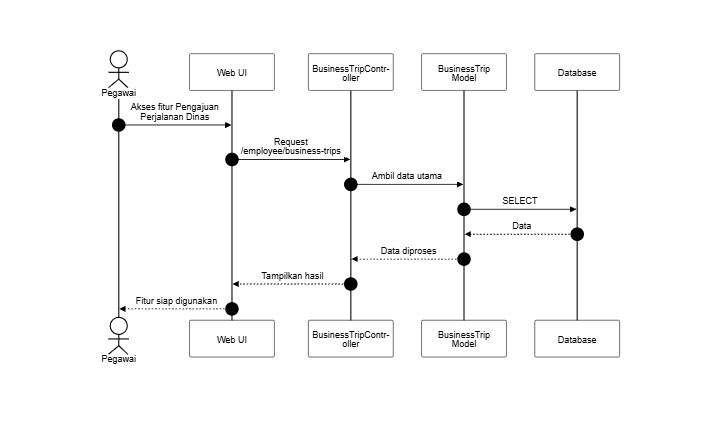
SulaimanHafi23/SimpegRSHDI keeps this Mermaid diagram as docs/SequenceDiagram/PNG_Transparent/PengajuanPerjalananDinas-LihatRiwayat.png. Above is the earlier version. Its source is kept beside it as docs/SequenceDiagram/PengajuanPerjalananDinas-LihatRiwayat.mermaid.
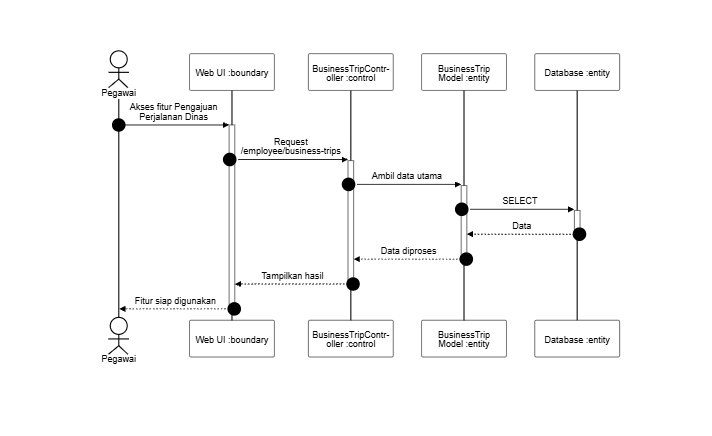
After the commit.

The edit, as a diff of the source:
```diff
@@ -2,16 +2,16 @@
 sequenceDiagram
     autonumber
     actor A as Pegawai
-    participant UI as Web UI
-    participant C as BusinessTripController
-    participant M as BusinessTrip Model
-    participant DB as Database
+    participant UI as Web UI :boundary
+    participant C as BusinessTripController :control
+    participant M as BusinessTrip Model :entity
+    participant DB as Database :entity
 
-    A->>UI: Akses fitur Pengajuan Perjalanan Dinas
-    UI->>C: Request /employee/business-trips
-    C->>M: Ambil data utama
-    M->>DB: SELECT
-    DB-->>M: Data
-    M-->>C: Data diproses
-    C-->>UI: Tampilkan hasil
-    UI-->>A: Fitur siap digunakan
+    A->>+UI: Akses fitur Pengajuan Perjalanan Dinas
+    UI->>+C: Request /employee/business-trips
+    C->>+M: Ambil data utama
+    M->>+DB: SELECT
+    DB-->>-M: Data
+    M-->>-C: Data diproses
+    C-->>-UI: Tampilkan hasil
+    UI-->>-A: Fitur siap digunakan
```
